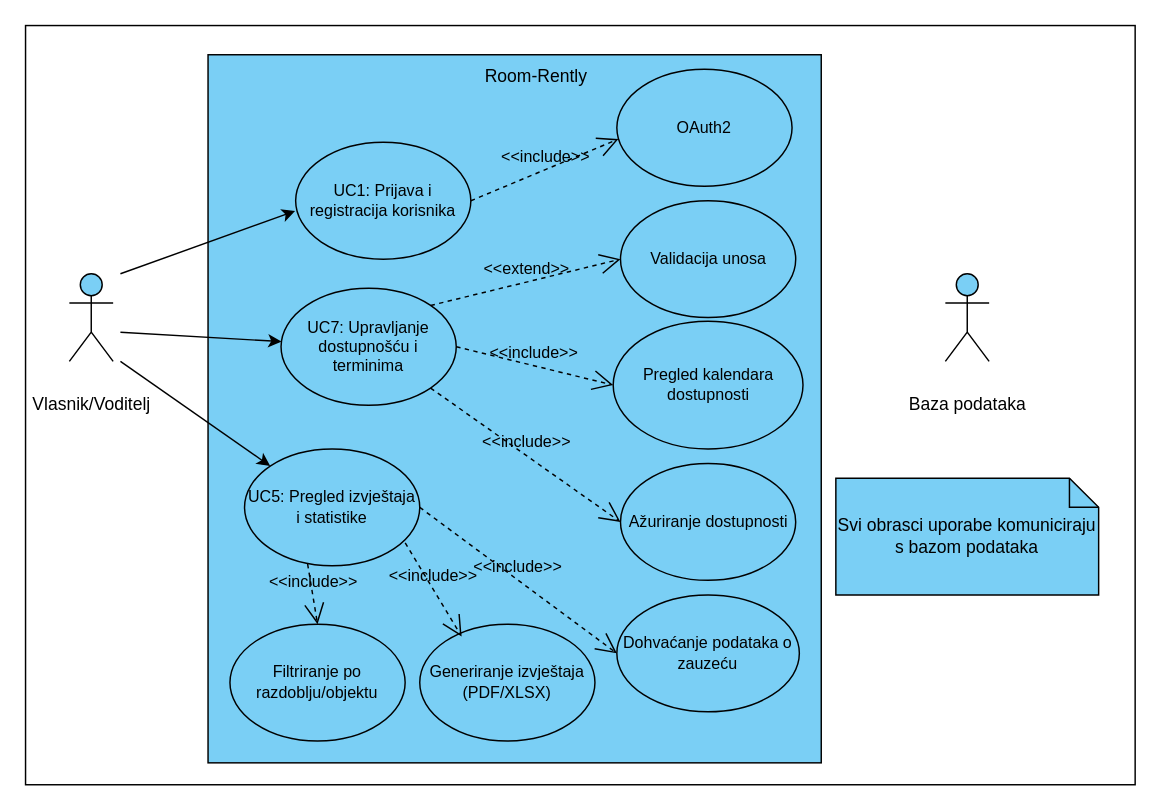
Above: Dokumentacija/Dijagrami/Fileovi/Dijagram obrazaca uporabe Vlasnik Voditelj.drawio in JosipMrakovcic/Room-Rently (draw.io), before the change. Source tidied: cells renumbered, new cells numbered last; positions are measured from the earlier drawing's top-left corner, leaving out a move shared by most shapes. Both pictures are drawn from the tidied source at 146%, with x=0, y=0 at pixel (25, 25).
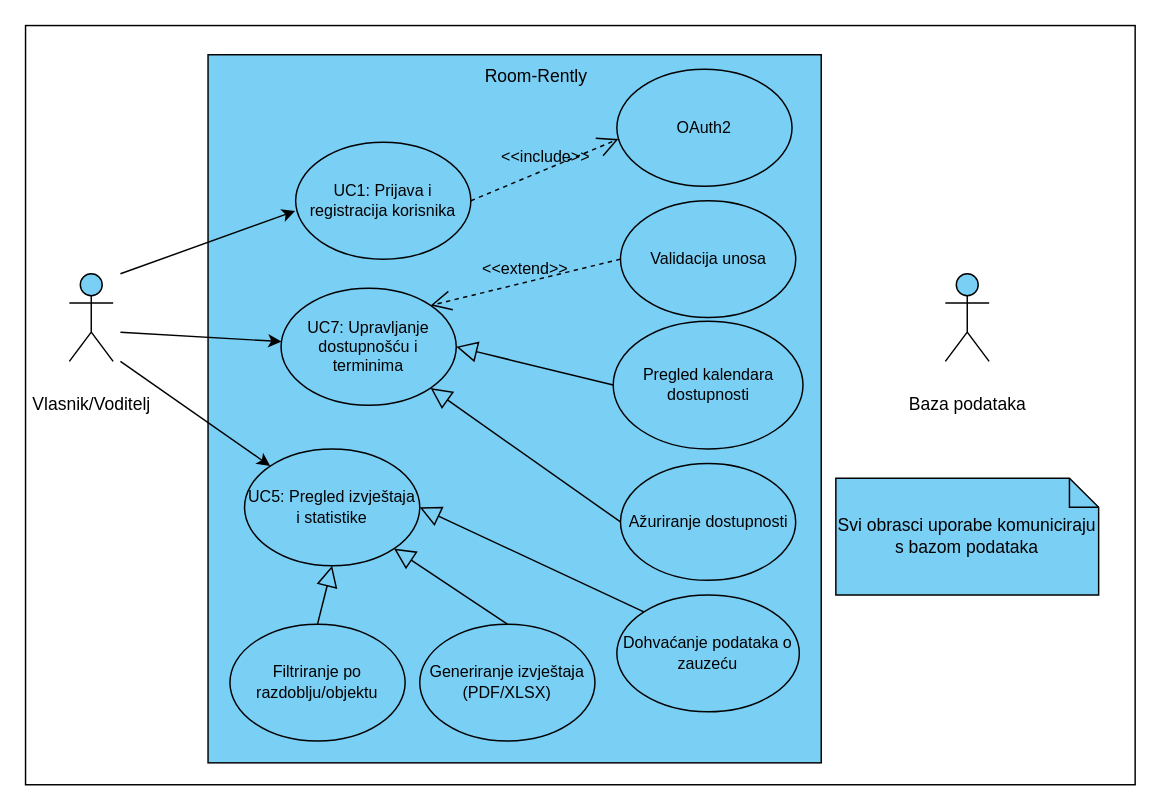
After the change.

The change refers to these unchanged cells:
```xml
<mxCell id="8" value="&lt;font style=&quot;color: light-dark(rgb(0, 0, 0), rgb(3, 3, 3));&quot;&gt;UC5: Pregled izvještaja i statistike&lt;/font&gt;" style="ellipse;whiteSpace=wrap;html=1;strokeColor=light-dark(#000000,#000000);align=center;verticalAlign=middle;fontFamily=Helvetica;fontSize=11;fontColor=default;fillColor=none;" parent="1" vertex="1">
  <mxGeometry x="150" y="290" width="120" height="80" as="geometry" />
</mxCell>
<mxCell id="9" value="&lt;font&gt;UC7: Upravljanje dostupnošću i terminima&lt;/font&gt;" style="ellipse;whiteSpace=wrap;html=1;strokeColor=light-dark(#000000,#000000);align=center;verticalAlign=middle;fontFamily=Helvetica;fontSize=11;fontColor=light-dark(#000000,#000000);fillColor=none;" parent="1" vertex="1">
  <mxGeometry x="175" y="180" width="120" height="80" as="geometry" />
</mxCell>
<mxCell id="10" value="&lt;font&gt;Generiranje izvještaja (PDF/XLSX)&lt;/font&gt;" style="ellipse;whiteSpace=wrap;html=1;strokeColor=light-dark(#000000,#000000);align=center;verticalAlign=middle;fontFamily=Helvetica;fontSize=11;fontColor=light-dark(#000000,#000000);fillColor=none;" parent="1" vertex="1">
  <mxGeometry x="270" y="410" width="120" height="80" as="geometry" />
</mxCell>
<mxCell id="11" value="&lt;font style=&quot;color: light-dark(rgb(0, 0, 0), rgb(0, 0, 0));&quot;&gt;Dohvaćanje podataka o zauzeću&lt;/font&gt;" style="ellipse;whiteSpace=wrap;html=1;strokeColor=light-dark(#000000,#000000);align=center;verticalAlign=middle;fontFamily=Helvetica;fontSize=11;fontColor=default;fillColor=none;" parent="1" vertex="1">
  <mxGeometry x="405" y="390" width="125" height="80" as="geometry" />
</mxCell>
<mxCell id="12" value="&lt;font style=&quot;color: light-dark(rgb(0, 0, 0), rgb(0, 0, 0));&quot;&gt;Filtriranje po razdoblju/objektu&lt;/font&gt;" style="ellipse;whiteSpace=wrap;html=1;strokeColor=light-dark(#000000,#000000);align=center;verticalAlign=middle;fontFamily=Helvetica;fontSize=11;fontColor=default;fillColor=none;" parent="1" vertex="1">
  <mxGeometry x="140" y="410" width="120" height="80" as="geometry" />
</mxCell>
<mxCell id="13" value="&lt;font style=&quot;color: light-dark(rgb(0, 0, 0), rgb(5, 5, 5));&quot;&gt;Validacija unosa&lt;/font&gt;" style="ellipse;whiteSpace=wrap;html=1;strokeColor=light-dark(#000000,#000000);align=center;verticalAlign=middle;fontFamily=Helvetica;fontSize=11;fontColor=default;fillColor=none;" parent="1" vertex="1">
  <mxGeometry x="407.5" y="120" width="120" height="80" as="geometry" />
</mxCell>
<mxCell id="20" value="Pregled kalendara dostupnosti" style="ellipse;whiteSpace=wrap;html=1;strokeColor=light-dark(#000000,#000000);align=center;verticalAlign=middle;fontFamily=Helvetica;fontSize=11;fontColor=light-dark(#000000,#000000);fillColor=none;" parent="1" vertex="1">
  <mxGeometry x="402.5" y="202.5" width="130" height="87.5" as="geometry" />
</mxCell>
<mxCell id="25" value="Ažuriranje dostupnosti" style="ellipse;whiteSpace=wrap;html=1;strokeColor=light-dark(#000000,#000000);align=center;verticalAlign=middle;fontFamily=Helvetica;fontSize=11;fontColor=light-dark(#000000,#000000);fillColor=none;" parent="1" vertex="1">
  <mxGeometry x="407.5" y="300" width="120" height="80" as="geometry" />
</mxCell>
```

The edit, as a diff of the source:
```diff
@@
-    <mxCell id="15" value="&amp;lt;&amp;lt;extend&amp;gt;&amp;gt;" style="endArrow=open;dashed=1;endFill=0;endSize=12;html=1;rounded=0;entryX=0;entryY=0.5;entryDx=0;entryDy=0;fontSize=11;strokeColor=light-dark(#000000,#000000);exitX=1;exitY=0;exitDx=0;exitDy=0;labelBackgroundColor=none;fontColor=light-dark(#000000,#000000);align=center;verticalAlign=bottom;" parent="1" edge="1" source="9" target="13">
+    <mxCell id="15" value="&amp;lt;&amp;lt;extend&amp;gt;&amp;gt;" style="endArrow=open;dashed=1;endFill=0;endSize=12;html=1;rounded=0;entryX=1;entryY=0;entryDx=0;entryDy=0;fontSize=11;strokeColor=light-dark(#000000,#000000);exitX=0;exitY=0.5;exitDx=0;exitDy=0;labelBackgroundColor=none;fontColor=light-dark(#000000,#000000);align=center;verticalAlign=bottom;" parent="1" edge="1" source="13" target="9">
       <mxGeometry relative="1" as="geometry" />
     </mxCell>
@@
-    <mxCell id="21" value="&amp;lt;&amp;lt;include&amp;gt;&amp;gt;" style="endArrow=open;dashed=1;endFill=0;endSize=12;html=1;rounded=0;entryX=0;entryY=0.5;entryDx=0;entryDy=0;fontSize=11;strokeColor=light-dark(#000000,#000000);labelBackgroundColor=none;fontColor=light-dark(#000000,#000000);align=center;verticalAlign=bottom;exitX=1;exitY=0.5;exitDx=0;exitDy=0;" parent="1" edge="1" source="9" target="20">
-      <mxGeometry relative="1" as="geometry" />
-    </mxCell>
-    <mxCell id="22" value="&amp;lt;&amp;lt;include&amp;gt;&amp;gt;" style="endArrow=open;dashed=1;endFill=0;endSize=12;html=1;rounded=0;entryX=0;entryY=0.5;entryDx=0;entryDy=0;fontSize=11;strokeColor=light-dark(#000000,#000000);labelBackgroundColor=none;fontColor=light-dark(#000000,#000000);align=center;verticalAlign=bottom;exitX=1;exitY=0.5;exitDx=0;exitDy=0;" parent="1" edge="1" source="8" target="11">
-      <mxGeometry relative="1" as="geometry" />
-    </mxCell>
-    <mxCell id="23" value="&amp;lt;&amp;lt;include&amp;gt;&amp;gt;" style="endArrow=open;dashed=1;endFill=0;endSize=12;html=1;rounded=0;entryX=0.239;entryY=0.106;entryDx=0;entryDy=0;fontSize=11;strokeColor=light-dark(#000000,#000000);labelBackgroundColor=none;fontColor=light-dark(#000000,#000000);align=center;verticalAlign=bottom;exitX=0.917;exitY=0.804;exitDx=0;exitDy=0;exitPerimeter=0;entryPerimeter=0;" parent="1" edge="1" source="8" target="10">
-      <mxGeometry relative="1" as="geometry" />
-    </mxCell>
-    <mxCell id="24" value="&amp;lt;&amp;lt;include&amp;gt;&amp;gt;" style="endArrow=open;dashed=1;endFill=0;endSize=12;html=1;rounded=0;entryX=0.5;entryY=0;entryDx=0;entryDy=0;fontSize=11;strokeColor=light-dark(#000000,#000000);labelBackgroundColor=none;fontColor=light-dark(#000000,#000000);align=center;verticalAlign=bottom;exitX=0.36;exitY=0.985;exitDx=0;exitDy=0;exitPerimeter=0;" parent="1" edge="1" source="8" target="12">
-      <mxGeometry relative="1" as="geometry" />
-    </mxCell>
@@
-    <mxCell id="27" value="&amp;lt;&amp;lt;include&amp;gt;&amp;gt;" style="endArrow=open;dashed=1;endFill=0;endSize=12;html=1;rounded=0;entryX=0;entryY=0.5;entryDx=0;entryDy=0;fontSize=11;strokeColor=light-dark(#000000,#000000);labelBackgroundColor=none;fontColor=light-dark(#000000,#000000);align=center;verticalAlign=bottom;exitX=1;exitY=1;exitDx=0;exitDy=0;" parent="1" edge="1" source="9" target="25">
-      <mxGeometry relative="1" as="geometry" />
-    </mxCell>
+    <mxCell id="28" style="endArrow=block;endFill=0;endSize=12;html=1;rounded=0;entryX=0.5;entryY=1;entryDx=0;entryDy=0;fontSize=11;strokeColor=light-dark(#000000,#000000);labelBackgroundColor=none;fontColor=light-dark(#000000,#000000);align=center;verticalAlign=bottom;exitX=0.5;exitY=0;exitDx=0;exitDy=0;" parent="1" edge="1" source="12" target="8">
+      <mxGeometry relative="1" as="geometry" />
+    </mxCell>
+    <mxCell id="29" style="endArrow=block;endFill=0;endSize=12;html=1;rounded=0;entryX=1;entryY=1;entryDx=0;entryDy=0;fontSize=11;strokeColor=light-dark(#000000,#000000);labelBackgroundColor=none;fontColor=light-dark(#000000,#000000);align=center;verticalAlign=bottom;exitX=0.5;exitY=0;exitDx=0;exitDy=0;" parent="1" edge="1" source="10" target="8">
+      <mxGeometry relative="1" as="geometry" />
+    </mxCell>
+    <mxCell id="30" style="endArrow=block;endFill=0;endSize=12;html=1;rounded=0;entryX=1;entryY=0.5;entryDx=0;entryDy=0;fontSize=11;strokeColor=light-dark(#000000,#000000);labelBackgroundColor=none;fontColor=light-dark(#000000,#000000);align=center;verticalAlign=bottom;exitX=0;exitY=0;exitDx=0;exitDy=0;" parent="1" edge="1" source="11" target="8">
+      <mxGeometry relative="1" as="geometry" />
+    </mxCell>
+    <mxCell id="31" style="endArrow=block;endFill=0;endSize=12;html=1;rounded=0;entryX=1;entryY=1;entryDx=0;entryDy=0;fontSize=11;strokeColor=light-dark(#000000,#000000);labelBackgroundColor=none;fontColor=light-dark(#000000,#000000);align=center;verticalAlign=bottom;exitX=0;exitY=0.5;exitDx=0;exitDy=0;" parent="1" edge="1" source="25" target="9">
+      <mxGeometry relative="1" as="geometry" />
+    </mxCell>
+    <mxCell id="32" style="endArrow=block;endFill=0;endSize=12;html=1;rounded=0;entryX=1;entryY=0.5;entryDx=0;entryDy=0;fontSize=11;strokeColor=light-dark(#000000,#000000);labelBackgroundColor=none;fontColor=light-dark(#000000,#000000);align=center;verticalAlign=bottom;exitX=0;exitY=0.5;exitDx=0;exitDy=0;" parent="1" edge="1" source="20" target="9">
+      <mxGeometry relative="1" as="geometry" />
+    </mxCell>
```
